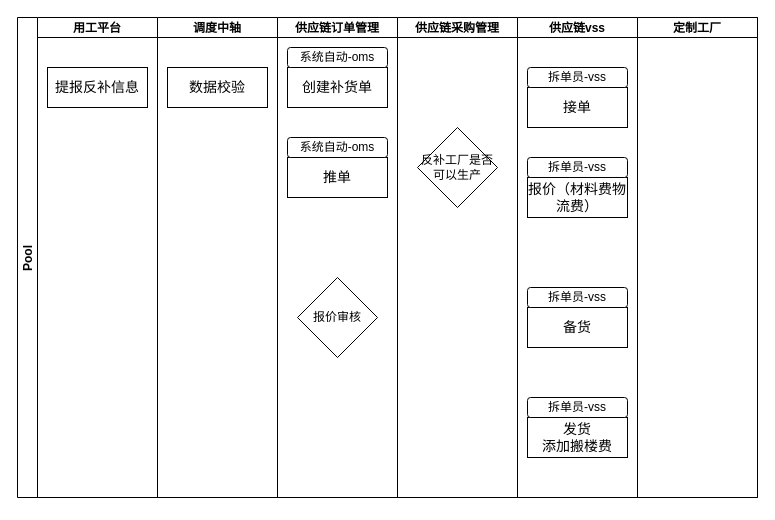
Earlier version of the draw.io diagram 定制履约逆向.drawio (jiangtao2048/diagrams). Source tidied: cells renumbered, new cells numbered last; positions are measured from the earlier drawing's top-left corner, leaving out a move shared by most shapes. Both pictures are drawn from the tidied source at 100%, with x=0, y=0 at pixel (17, 17).
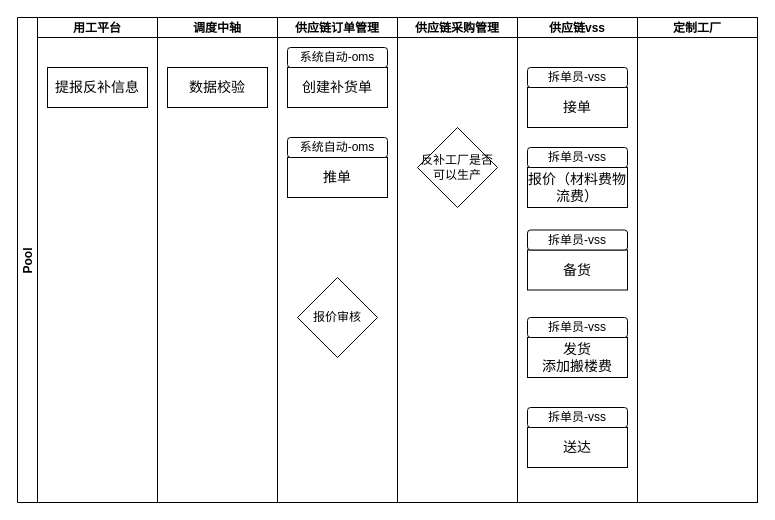
The same page after the edit.

Commit message (it also covers changes not shown here):
更新定制履约逆向.drawio

Diff of the diagram source:
```diff
@@
     <mxCell id="2" value="Pool" style="swimlane;startSize=20;horizontal=0;" parent="1" vertex="1">
-      <mxGeometry width="740" height="480" as="geometry" />
+      <mxGeometry width="740" height="485" as="geometry" />
     </mxCell>
     <mxCell id="3" value="用工平台" style="swimlane;startSize=20;" parent="2" vertex="1">
-      <mxGeometry x="20" width="120" height="480" as="geometry" />
+      <mxGeometry x="20" width="120" height="485" as="geometry" />
     </mxCell>
@@
     <mxCell id="5" value="调度中轴" style="swimlane;startSize=20;" parent="2" vertex="1">
-      <mxGeometry x="140" width="120" height="480" as="geometry" />
+      <mxGeometry x="140" width="120" height="485" as="geometry" />
     </mxCell>
@@
     <mxCell id="7" value="供应链订单管理" style="swimlane;startSize=20;" parent="2" vertex="1">
-      <mxGeometry x="260" width="120" height="480" as="geometry" />
+      <mxGeometry x="260" width="120" height="485" as="geometry" />
     </mxCell>
@@
     <mxCell id="13" value="供应链采购管理" style="swimlane;startSize=20;" parent="2" vertex="1">
-      <mxGeometry x="380" width="120" height="480" as="geometry" />
+      <mxGeometry x="380" width="120" height="485" as="geometry" />
     </mxCell>
@@
     <mxCell id="15" value="供应链vss" style="swimlane;startSize=20;" parent="2" vertex="1">
-      <mxGeometry x="500" width="120" height="480" as="geometry" />
+      <mxGeometry x="500" width="120" height="485" as="geometry" />
     </mxCell>
@@
     <mxCell id="18" value="&lt;span style=&quot;font-size: 14px;&quot;&gt;报价（材料费物流费）&lt;/span&gt;" style="rounded=0;whiteSpace=wrap;html=1;" parent="15" vertex="1">
-      <mxGeometry x="10" y="160" width="100" height="40" as="geometry" />
+      <mxGeometry x="10" y="150" width="100" height="40" as="geometry" />
     </mxCell>
     <mxCell id="19" value="拆单员-vss" style="rounded=1;whiteSpace=wrap;html=1;" parent="15" vertex="1">
-      <mxGeometry x="10" y="140" width="100" height="20" as="geometry" />
+      <mxGeometry x="10" y="130" width="100" height="20" as="geometry" />
     </mxCell>
     <mxCell id="20" value="&lt;span style=&quot;font-size: 14px;&quot;&gt;备货&lt;/span&gt;" style="rounded=0;whiteSpace=wrap;html=1;" parent="15" vertex="1">
-      <mxGeometry x="10" y="290" width="100" height="40" as="geometry" />
+      <mxGeometry x="10" y="232.5" width="100" height="40" as="geometry" />
     </mxCell>
     <mxCell id="21" value="拆单员-vss" style="rounded=1;whiteSpace=wrap;html=1;" parent="15" vertex="1">
-      <mxGeometry x="10" y="270" width="100" height="20" as="geometry" />
+      <mxGeometry x="10" y="212.5" width="100" height="20" as="geometry" />
     </mxCell>
     <mxCell id="22" value="&lt;span style=&quot;font-size: 14px;&quot;&gt;发货&lt;/span&gt;&lt;div&gt;&lt;span style=&quot;font-size: 14px;&quot;&gt;添加搬楼费&lt;/span&gt;&lt;/div&gt;" style="rounded=0;whiteSpace=wrap;html=1;" parent="15" vertex="1">
-      <mxGeometry x="10" y="400" width="100" height="40" as="geometry" />
+      <mxGeometry x="10" y="320" width="100" height="40" as="geometry" />
     </mxCell>
     <mxCell id="23" value="拆单员-vss" style="rounded=1;whiteSpace=wrap;html=1;" parent="15" vertex="1">
-      <mxGeometry x="10" y="380" width="100" height="20" as="geometry" />
+      <mxGeometry x="10" y="300" width="100" height="20" as="geometry" />
     </mxCell>
+    <mxCell id="25" value="&lt;span style=&quot;font-size: 14px;&quot;&gt;送达&lt;/span&gt;" style="rounded=0;whiteSpace=wrap;html=1;" parent="15" vertex="1">
+      <mxGeometry x="10" y="410" width="100" height="40" as="geometry" />
+    </mxCell>
+    <mxCell id="26" value="拆单员-vss" style="rounded=1;whiteSpace=wrap;html=1;" parent="15" vertex="1">
+      <mxGeometry x="10" y="390" width="100" height="20" as="geometry" />
+    </mxCell>
     <mxCell id="24" value="定制工厂" style="swimlane;startSize=20;" parent="2" vertex="1">
-      <mxGeometry x="620" width="120" height="480" as="geometry" />
+      <mxGeometry x="620" width="120" height="485" as="geometry" />
     </mxCell>
```
